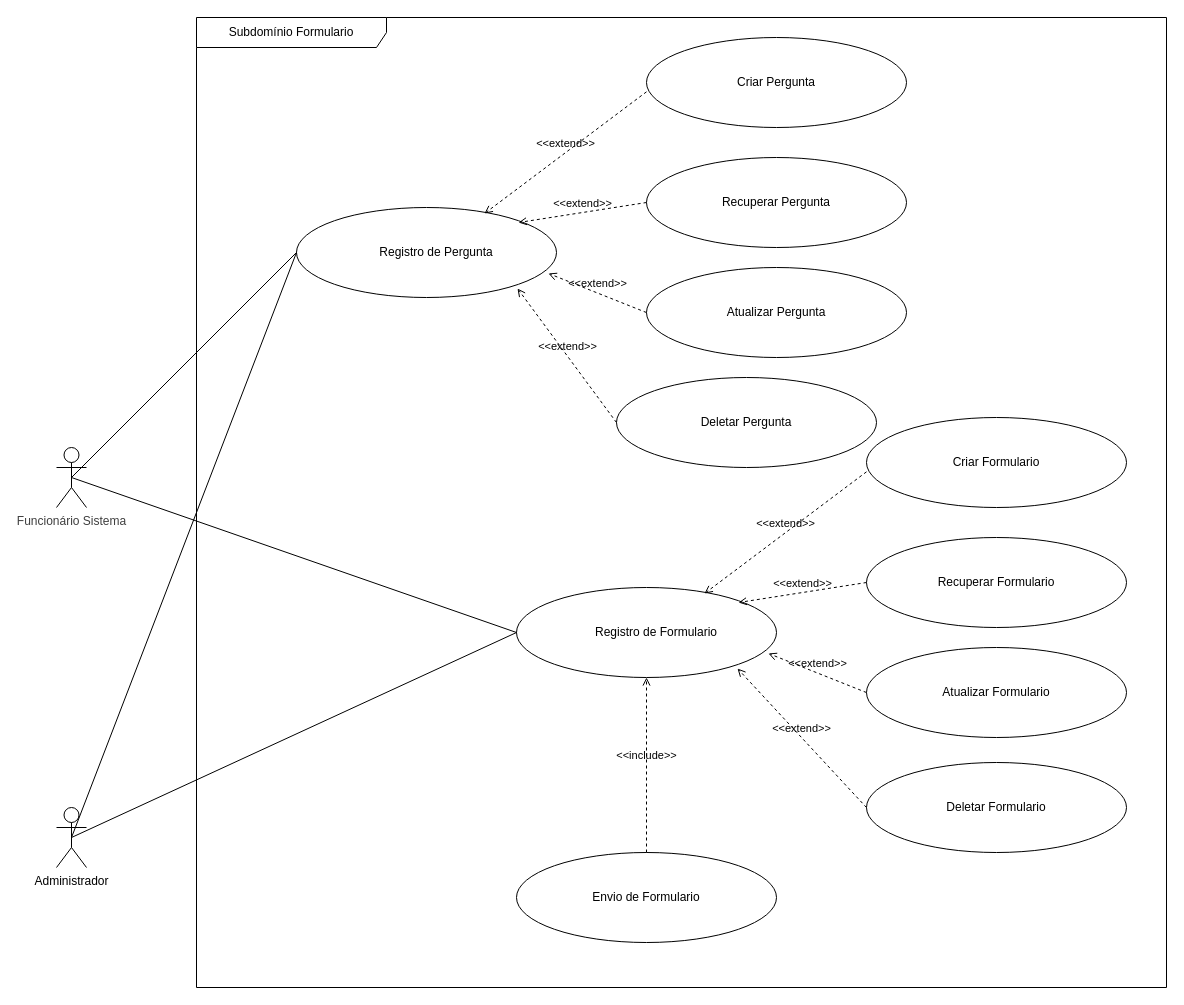
Before: page "Subdomínio-Formulário" (6 of 8) of requirements/feedtrack-caso-uso.drawio in equipe-feedtrack/feedtrack-server, a draw.io diagram. Source tidied: cells renumbered, new cells numbered last; positions are measured from the earlier drawing's top-left corner, leaving out a move shared by most shapes. Both pictures are drawn from the tidied source at 100%, with x=0, y=0 at pixel (56, 17).
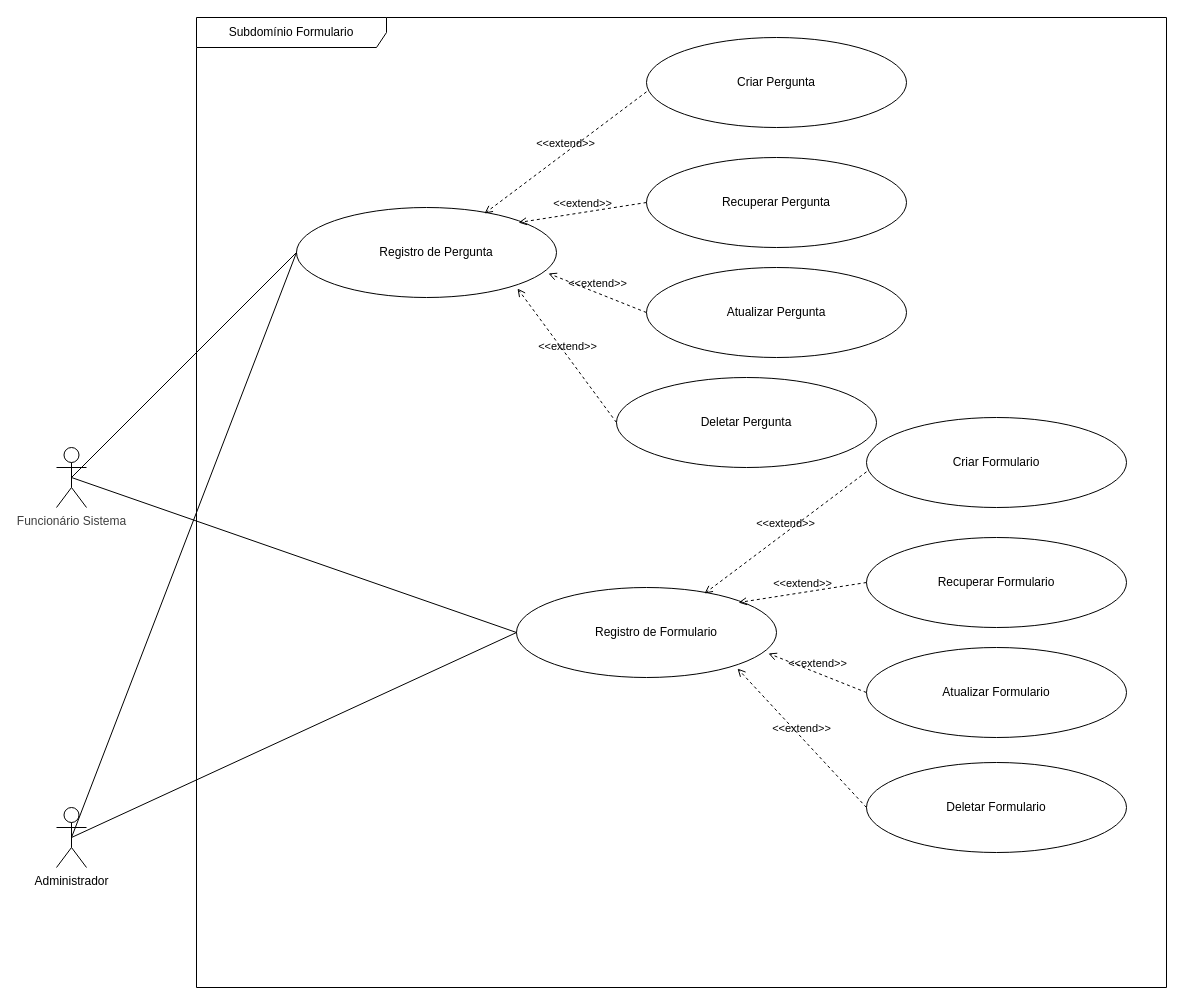
Above is the later version.

Unchanged cells that the change refers to:
```xml
<mxCell id="4" value="Subdomínio Formulario" style="shape=umlFrame;whiteSpace=wrap;html=1;width=190;height=30;" parent="1" vertex="1">
  <mxGeometry x="140" width="970" height="970" as="geometry" />
</mxCell>
<mxCell id="5" style="shape=ellipse;horizontal=1;html=1;dashed=0;" parent="4" vertex="1">
  <mxGeometry x="320" y="570" width="260" height="90" as="geometry" />
</mxCell>
```

Diff of the diagram source:
```diff
@@
-    <mxCell id="33" style="shape=ellipse;horizontal=1;html=1;dashed=0;" parent="4" vertex="1">
-      <mxGeometry x="320" y="835" width="260" height="90" as="geometry" />
-    </mxCell>
-    <mxCell id="34" value="Envio de Formulario" style="html=1;strokeColor=none;fillColor=none;align=center;verticalAlign=middle;whiteSpace=wrap;" parent="33" vertex="1">
-      <mxGeometry x="10" y="26.5" width="240" height="37.1" as="geometry" />
-    </mxCell>
-    <mxCell id="35" value="&amp;lt;&amp;lt;include&amp;gt;&amp;gt;" style="html=1;verticalAlign=bottom;labelBackgroundColor=none;endArrow=open;endFill=0;dashed=1;exitX=0.5;exitY=0;exitDx=0;exitDy=0;entryX=0.5;entryY=1;entryDx=0;entryDy=0;" parent="4" edge="1" source="33" target="5">
-      <mxGeometry relative="1" as="geometry" />
-    </mxCell>
```
